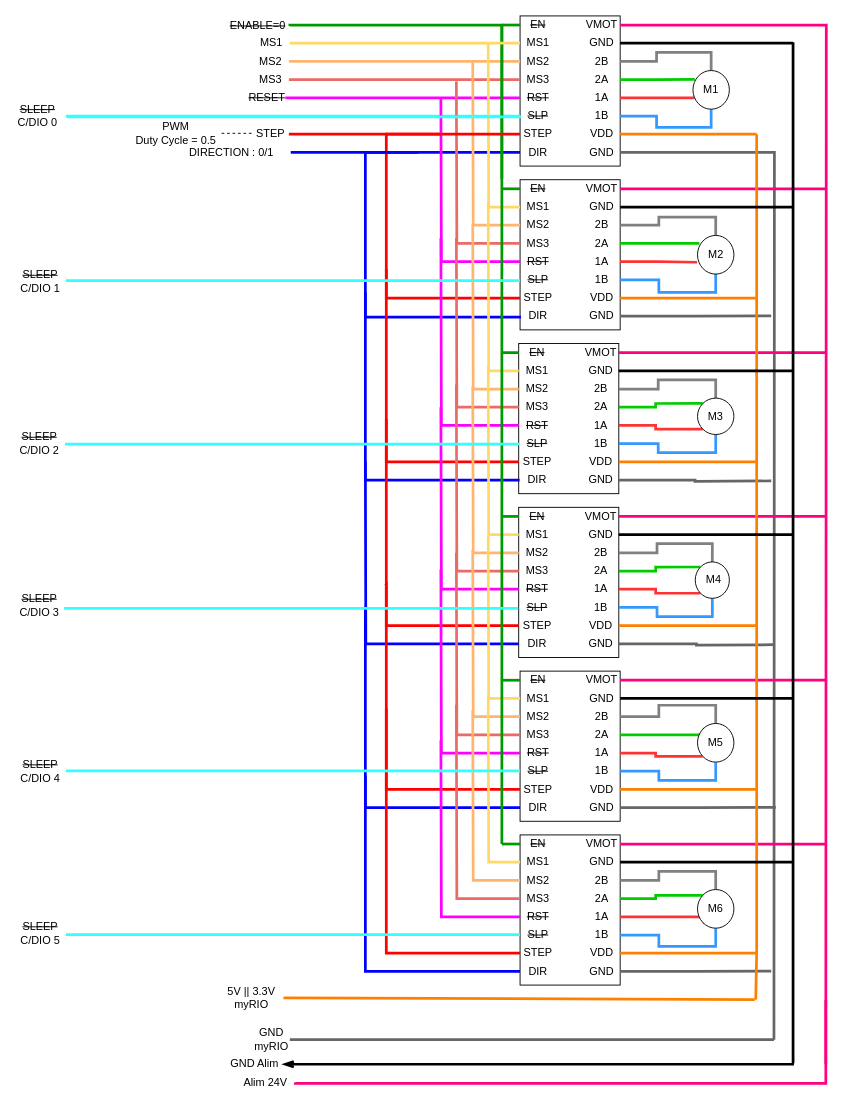
Earlier version of the draw.io diagram DriverBoard.drawio (Rubik-s-R2/master). Source tidied: cells renumbered, new cells numbered last; positions are measured from the earlier drawing's top-left corner, leaving out a move shared by most shapes. Both pictures are drawn from the tidied source at 91%, with x=0, y=0 at pixel (15, 15).
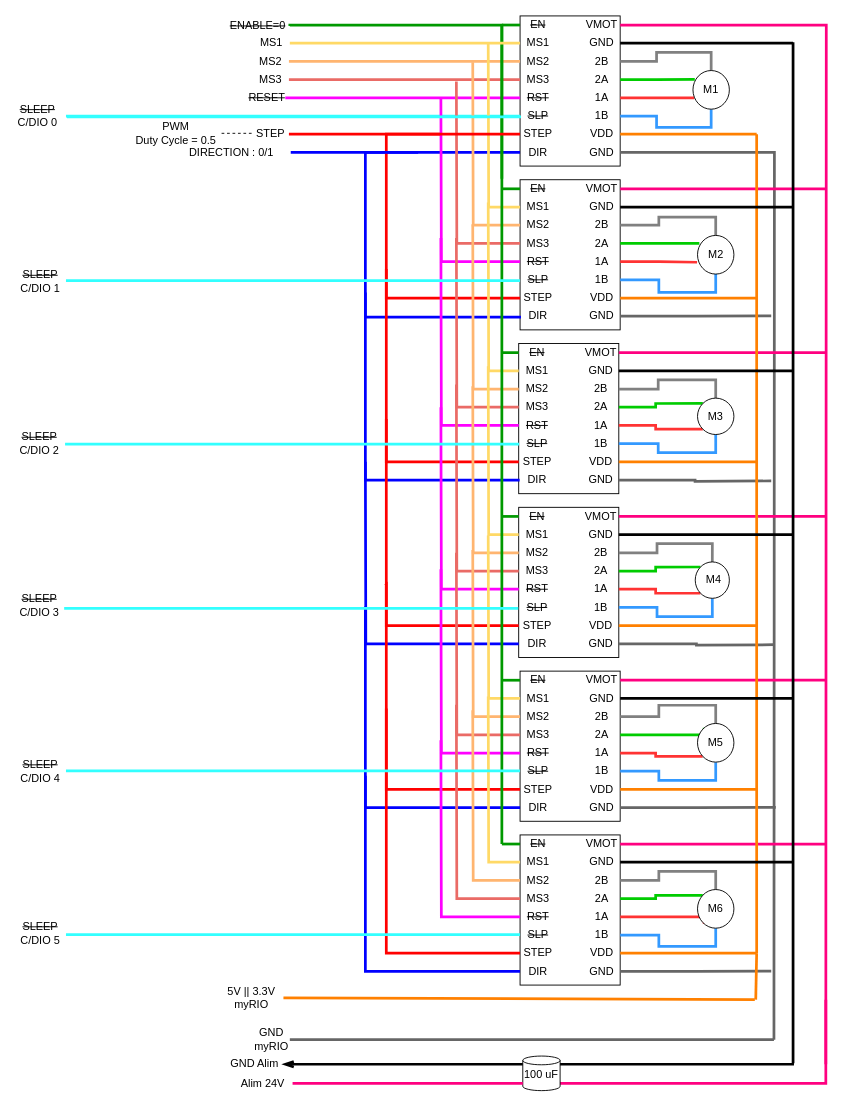
The same diagram, later.

What changed in the source:
```diff
@@
-    <mxCell id="237" style="edgeStyle=orthogonalEdgeStyle;rounded=0;jettySize=auto;html=1;endArrow=none;endFill=0;strokeColor=#FF0080;strokeWidth=3;exitX=1;exitY=0.5;exitDx=0;exitDy=0;" parent="1" edge="1" source="238">
+    <mxCell id="237" style="edgeStyle=orthogonalEdgeStyle;rounded=0;jettySize=auto;html=1;endArrow=none;endFill=0;strokeColor=#FF0080;strokeWidth=3;exitX=1;exitY=0.758;exitDx=0;exitDy=0;startArrow=none;exitPerimeter=0;" parent="1" edge="1" source="241">
       <mxGeometry relative="1" as="geometry">
         <mxPoint x="890" y="1081" as="targetPoint" />
         <Array as="points">
-          <mxPoint x="307" y="1173" />
+          <mxPoint x="587" y="1173" />
           <mxPoint x="890" y="1173" />
         </Array>
       </mxGeometry>
     </mxCell>
     <mxCell id="238" value="Alim 24V" style="text;html=1;strokeColor=none;fillColor=none;align=center;verticalAlign=middle;whiteSpace=wrap;rounded=0;" parent="1" vertex="1">
-      <mxGeometry x="242" y="1162" width="65" height="20" as="geometry" />
+      <mxGeometry x="239" y="1163" width="65" height="20" as="geometry" />
     </mxCell>
@@
+    <mxCell id="241" style="shape=cylinder3;whiteSpace=wrap;html=1;boundedLbl=1;backgroundOutline=1;size=4.800018310546875;" parent="1" vertex="1">
+      <mxGeometry x="557" y="1143" width="41" height="38" as="geometry" />
+    </mxCell>
+    <mxCell id="242" style="edgeStyle=orthogonalEdgeStyle;rounded=0;jettySize=auto;html=1;endArrow=none;endFill=0;strokeColor=#FF0080;strokeWidth=3;exitX=1;exitY=0.5;exitDx=0;exitDy=0;" parent="1" edge="1" source="238" target="241">
+      <mxGeometry relative="1" as="geometry">
+        <Array as="points">
+          <mxPoint x="497" y="1173" />
+          <mxPoint x="497" y="1173" />
+        </Array>
+      </mxGeometry>
+    </mxCell>
+    <mxCell id="243" value="100 uF" style="text;html=1;strokeColor=none;fillColor=none;align=center;verticalAlign=middle;whiteSpace=wrap;rounded=0;" parent="1" vertex="1">
+      <mxGeometry x="548" y="1154" width="59" height="20" as="geometry" />
+    </mxCell>
```
